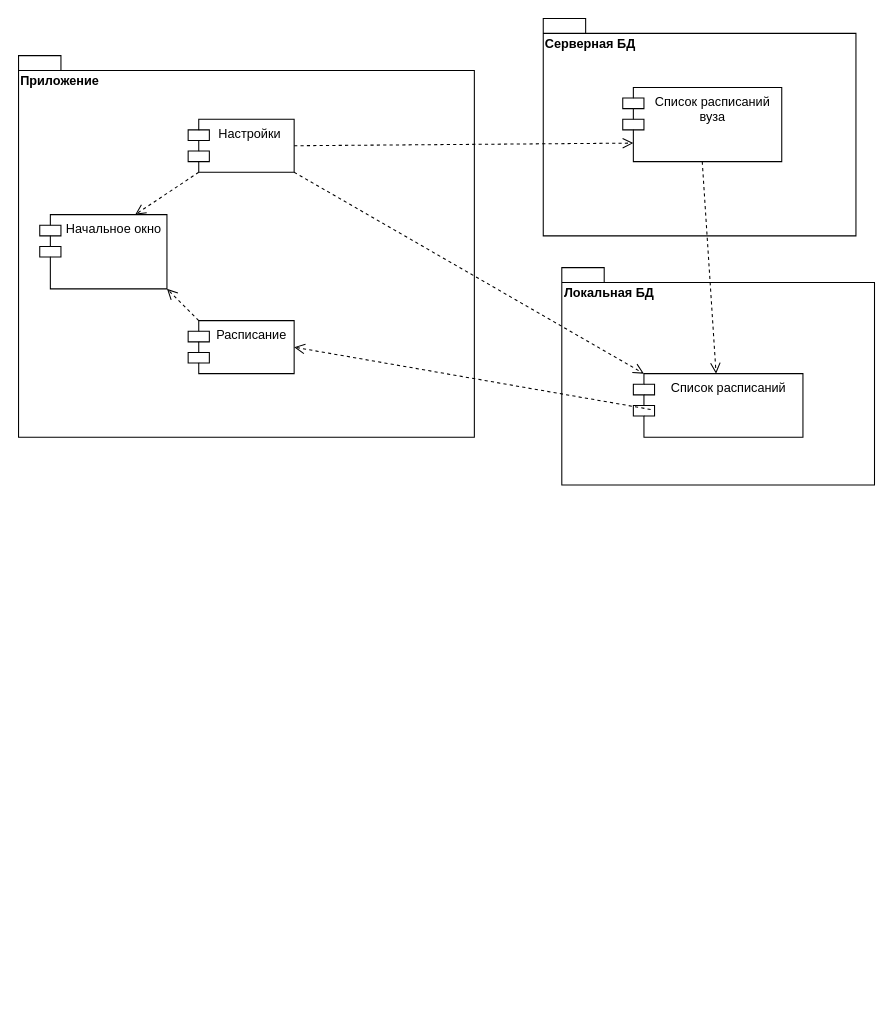
This is 7 работа АКМ.drawio from Merfarion/Diagrams-and-schemes, a draw.io file, before an edit. Source tidied: cells renumbered, new cells numbered last; positions are measured from the earlier drawing's top-left corner, leaving out a move shared by most shapes. Both pictures are drawn from the tidied source at 106%, with x=0, y=0 at pixel (18, 18).
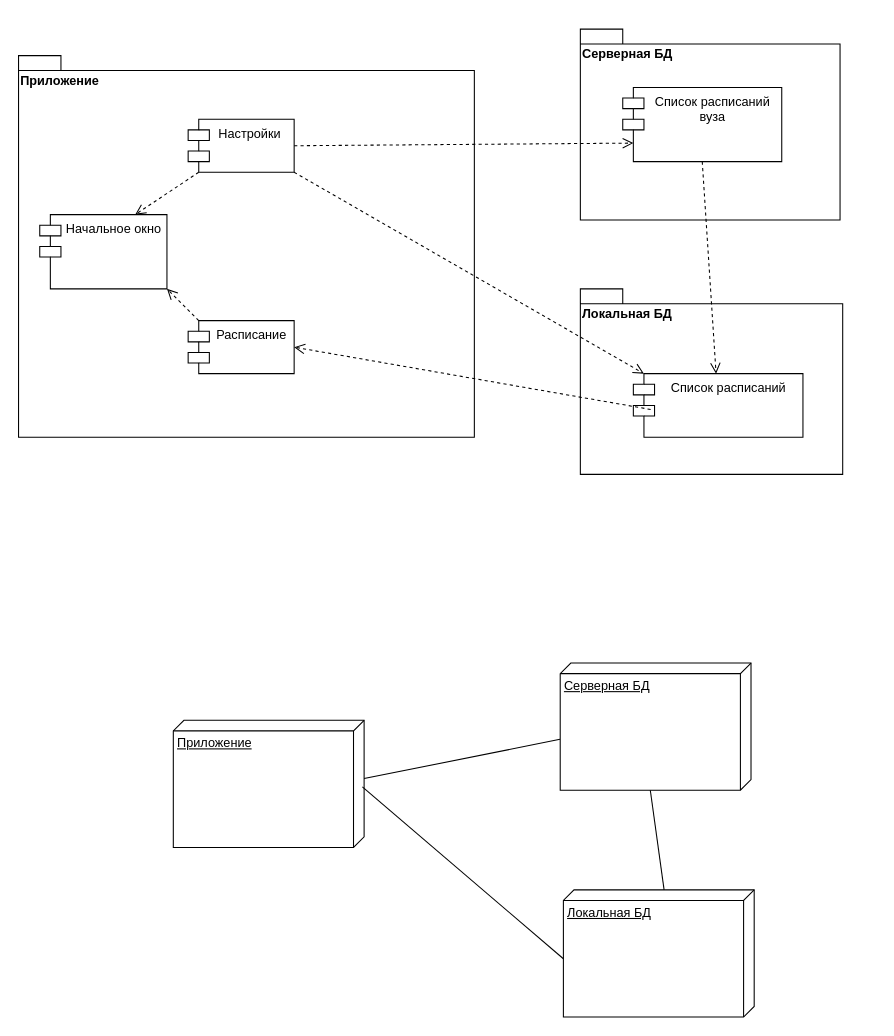
Above is the later version.

What changed in the source:
```diff
@@
     <mxCell id="2" value="Локальная БД" style="shape=folder;fontStyle=1;spacingTop=10;tabWidth=40;tabHeight=14;tabPosition=left;html=1;labelPosition=center;verticalLabelPosition=middle;align=left;verticalAlign=top;" parent="1" vertex="1">
-      <mxGeometry x="512.5" y="235" width="295" height="205" as="geometry" />
+      <mxGeometry x="530" y="255" width="247.5" height="175" as="geometry" />
     </mxCell>
@@
     <mxCell id="4" value="Серверная БД" style="shape=folder;fontStyle=1;spacingTop=10;tabWidth=40;tabHeight=14;tabPosition=left;html=1;labelPosition=center;verticalLabelPosition=middle;align=left;verticalAlign=top;" parent="1" vertex="1">
-      <mxGeometry x="495" width="295" height="205" as="geometry" />
+      <mxGeometry x="530" y="10" width="245" height="180" as="geometry" />
     </mxCell>
@@
+    <mxCell id="16" value="Приложение" style="verticalAlign=top;align=left;spacingTop=8;spacingLeft=2;spacingRight=12;shape=cube;size=10;direction=south;fontStyle=4;html=1;" parent="1" vertex="1">
+      <mxGeometry x="146" y="662" width="180" height="120" as="geometry" />
+    </mxCell>
+    <mxCell id="17" value="Серверная БД" style="verticalAlign=top;align=left;spacingTop=8;spacingLeft=2;spacingRight=12;shape=cube;size=10;direction=south;fontStyle=4;html=1;" parent="1" vertex="1">
+      <mxGeometry x="511" y="608" width="180" height="120" as="geometry" />
+    </mxCell>
+    <mxCell id="18" value="Локальная БД" style="verticalAlign=top;align=left;spacingTop=8;spacingLeft=2;spacingRight=12;shape=cube;size=10;direction=south;fontStyle=4;html=1;" parent="1" vertex="1">
+      <mxGeometry x="514" y="822" width="180" height="120" as="geometry" />
+    </mxCell>
+    <mxCell id="19" style="endArrow=none;html=1;entryX=0.6;entryY=1.001;entryDx=0;entryDy=0;entryPerimeter=0;exitX=0;exitY=0;exitDx=55;exitDy=0;exitPerimeter=0;" parent="1" edge="1" source="16" target="17">
+      <mxGeometry relative="1" as="geometry" />
+    </mxCell>
+    <mxCell id="20" style="endArrow=none;html=1;entryX=0;entryY=0;entryDx=65;entryDy=180;entryPerimeter=0;exitX=0.523;exitY=0.009;exitDx=0;exitDy=0;exitPerimeter=0;" parent="1" edge="1" source="16" target="18">
+      <mxGeometry relative="1" as="geometry" />
+    </mxCell>
+    <mxCell id="21" style="endArrow=none;html=1;entryX=0;entryY=0;entryDx=120;entryDy=95;entryPerimeter=0;exitX=0;exitY=0;exitDx=0;exitDy=85;exitPerimeter=0;" parent="1" edge="1" source="18" target="17">
+      <mxGeometry relative="1" as="geometry" />
+    </mxCell>
```
